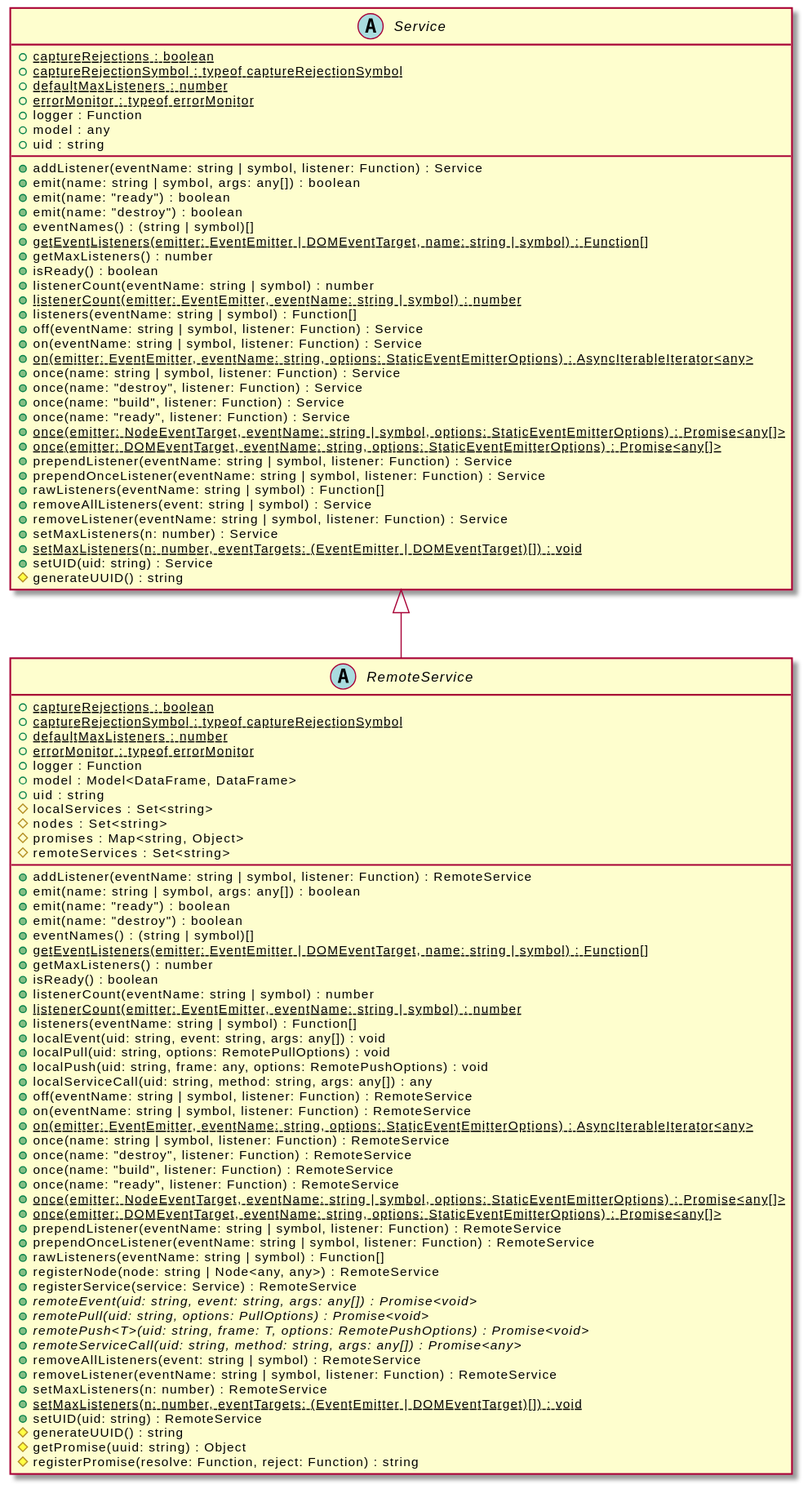
Above: assets/RemoteService-umlClassDiagram-9135.svg in OpenHPS/openhps-core (PlantUML), before the change.
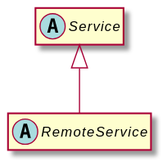
The same file after the commit.

The edit, as a diff of the source:
```diff
@@ -3,96 +3,8 @@
 hide empty methods
 hide empty fields
 abstract class "RemoteService" {
-    {static} +captureRejections : boolean
-    {static} +captureRejectionSymbol : typeof captureRejectionSymbol
-    {static} +defaultMaxListeners : number
-    {static} +errorMonitor : typeof errorMonitor
-    +logger : Function
-    +model : Model<DataFrame, DataFrame>
-    +uid : string
-    #localServices : Set<string>
-    #nodes : Set<string>
-    #promises : Map<string, Object>
-    #remoteServices : Set<string>
-    +addListener(eventName: string | symbol, listener: Function) : RemoteService
-    +emit(name: string | symbol, args: any[]) : boolean
-    +emit(name: "ready") : boolean
-    +emit(name: "destroy") : boolean
-    +eventNames() : (string | symbol)[]
-    {static} +getEventListeners(emitter: EventEmitter | DOMEventTarget, name: string | symbol) : Function[]
-    +getMaxListeners() : number
-    +isReady() : boolean
-    +listenerCount(eventName: string | symbol) : number
-    {static} +listenerCount(emitter: EventEmitter, eventName: string | symbol) : number
-    +listeners(eventName: string | symbol) : Function[]
-    +localEvent(uid: string, event: string, args: any[]) : void
-    +localPull(uid: string, options: RemotePullOptions) : void
-    +localPush(uid: string, frame: any, options: RemotePushOptions) : void
-    +localServiceCall(uid: string, method: string, args: any[]) : any
-    +off(eventName: string | symbol, listener: Function) : RemoteService
-    +on(eventName: string | symbol, listener: Function) : RemoteService
-    {static} +on(emitter: EventEmitter, eventName: string, options: StaticEventEmitterOptions) : AsyncIterableIterator<any>
-    +once(name: string | symbol, listener: Function) : RemoteService
-    +once(name: "destroy", listener: Function) : RemoteService
-    +once(name: "build", listener: Function) : RemoteService
-    +once(name: "ready", listener: Function) : RemoteService
-    {static} +once(emitter: NodeEventTarget, eventName: string | symbol, options: StaticEventEmitterOptions) : Promise<any[]>
-    {static} +once(emitter: DOMEventTarget, eventName: string, options: StaticEventEmitterOptions) : Promise<any[]>
-    +prependListener(eventName: string | symbol, listener: Function) : RemoteService
-    +prependOnceListener(eventName: string | symbol, listener: Function) : RemoteService
-    +rawListeners(eventName: string | symbol) : Function[]
-    +registerNode(node: string | Node<any, any>) : RemoteService
-    +registerService(service: Service) : RemoteService
-    {abstract} +remoteEvent(uid: string, event: string, args: any[]) : Promise<void>
-    {abstract} +remotePull(uid: string, options: PullOptions) : Promise<void>
-    {abstract} +remotePush<T>(uid: string, frame: T, options: RemotePushOptions) : Promise<void>
-    {abstract} +remoteServiceCall(uid: string, method: string, args: any[]) : Promise<any>
-    +removeAllListeners(event: string | symbol) : RemoteService
-    +removeListener(eventName: string | symbol, listener: Function) : RemoteService
-    +setMaxListeners(n: number) : RemoteService
-    {static} +setMaxListeners(n: number, eventTargets: (EventEmitter | DOMEventTarget)[]) : void
-    +setUID(uid: string) : RemoteService
-    #generateUUID() : string
-    #getPromise(uuid: string) : Object
-    #registerPromise(resolve: Function, reject: Function) : string
 }
 abstract class "Service" {
-    {static} +captureRejections : boolean
-    {static} +captureRejectionSymbol : typeof captureRejectionSymbol
-    {static} +defaultMaxListeners : number
-    {static} +errorMonitor : typeof errorMonitor
-    +logger : Function
-    +model : any
-    +uid : string
-    +addListener(eventName: string | symbol, listener: Function) : Service
-    +emit(name: string | symbol, args: any[]) : boolean
-    +emit(name: "ready") : boolean
-    +emit(name: "destroy") : boolean
-    +eventNames() : (string | symbol)[]
-    {static} +getEventListeners(emitter: EventEmitter | DOMEventTarget, name: string | symbol) : Function[]
-    +getMaxListeners() : number
-    +isReady() : boolean
-    +listenerCount(eventName: string | symbol) : number
-    {static} +listenerCount(emitter: EventEmitter, eventName: string | symbol) : number
-    +listeners(eventName: string | symbol) : Function[]
-    +off(eventName: string | symbol, listener: Function) : Service
-    +on(eventName: string | symbol, listener: Function) : Service
-    {static} +on(emitter: EventEmitter, eventName: string, options: StaticEventEmitterOptions) : AsyncIterableIterator<any>
-    +once(name: string | symbol, listener: Function) : Service
-    +once(name: "destroy", listener: Function) : Service
-    +once(name: "build", listener: Function) : Service
-    +once(name: "ready", listener: Function) : Service
-    {static} +once(emitter: NodeEventTarget, eventName: string | symbol, options: StaticEventEmitterOptions) : Promise<any[]>
-    {static} +once(emitter: DOMEventTarget, eventName: string, options: StaticEventEmitterOptions) : Promise<any[]>
-    +prependListener(eventName: string | symbol, listener: Function) : Service
-    +prependOnceListener(eventName: string | symbol, listener: Function) : Service
-    +rawListeners(eventName: string | symbol) : Function[]
-    +removeAllListeners(event: string | symbol) : Service
-    +removeListener(eventName: string | symbol, listener: Function) : Service
-    +setMaxListeners(n: number) : Service
-    {static} +setMaxListeners(n: number, eventTargets: (EventEmitter | DOMEventTarget)[]) : void
-    +setUID(uid: string) : Service
-    #generateUUID() : string
 }
 "Service" <|-- "RemoteService"
 @enduml
```
